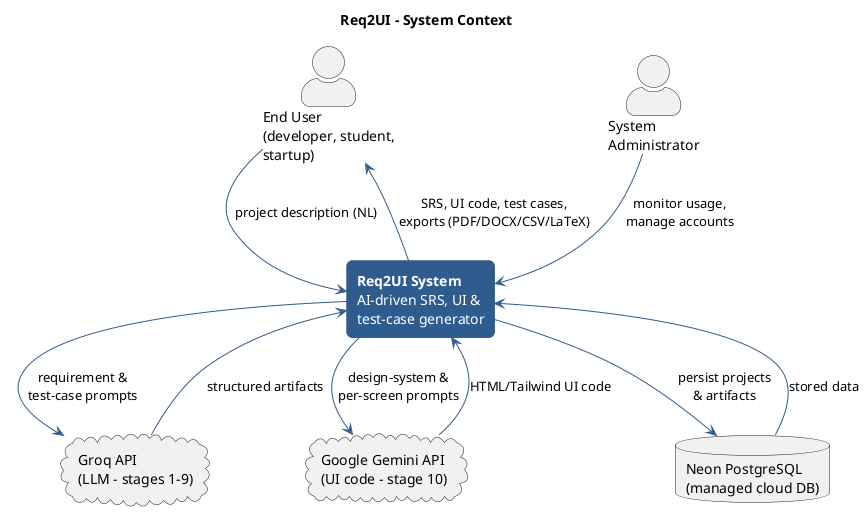
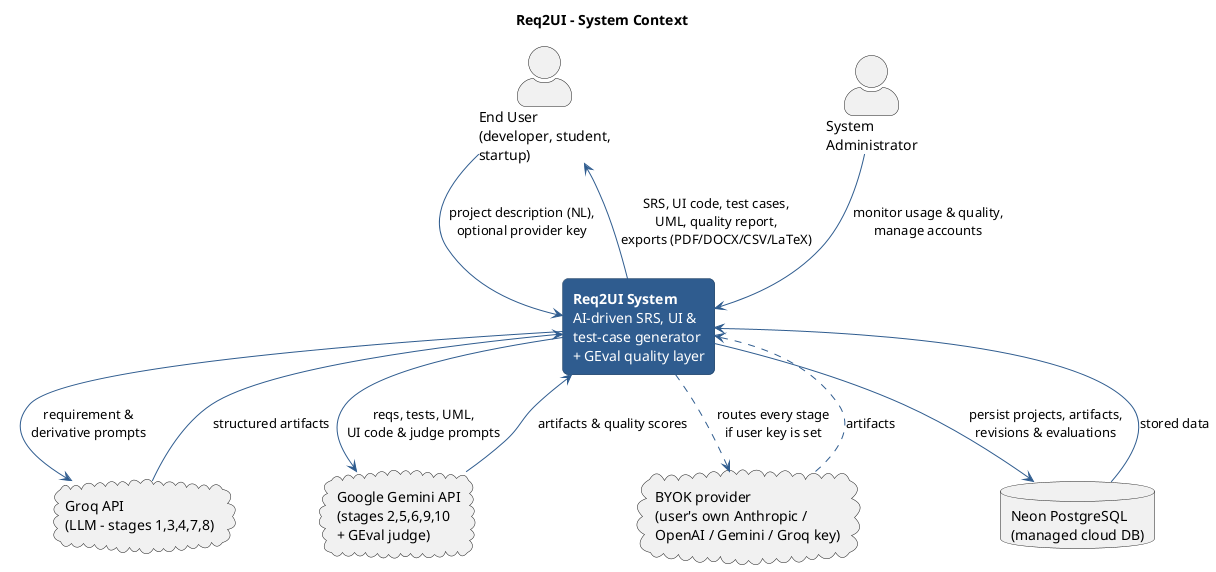
@startuml context
' Figure 2 - System Context Diagram
skinparam backgroundColor White
skinparam defaultFontName Helvetica
skinparam shadowing false
skinparam roundCorner 12
skinparam ArrowColor #2F5C8F
skinparam rectangle {
  BackgroundColor #2F5C8F
  BorderColor #1B3A5B
  FontColor White
}
skinparam actorStyle awesome

title Req2UI - System Context

actor "End User\n(developer, student,\nstartup)" as user
actor "System\nAdministrator" as admin

- rectangle "**Req2UI System**\nAI-driven SRS, UI &\ntest-case generator" as system
+ rectangle "**Req2UI System**\nAI-driven SRS, UI &\ntest-case generator\n+ GEval quality layer" as system

- cloud "Groq API\n(LLM - stages 1-9)" as groq
- cloud "Google Gemini API\n(UI code - stage 10)" as gemini
+ cloud "Groq API\n(LLM - stages 1,3,4,7,8)" as groq
+ cloud "Google Gemini API\n(stages 2,5,6,9,10\n+ GEval judge)" as gemini
+ cloud "BYOK provider\n(user's own Anthropic /\nOpenAI / Gemini / Groq key)" as byok
database "Neon PostgreSQL\n(managed cloud DB)" as db

- user --> system : project description (NL)
- system --> user : SRS, UI code, test cases,\nexports (PDF/DOCX/CSV/LaTeX)
- admin --> system : monitor usage,\nmanage accounts
+ user --> system : project description (NL),\noptional provider key
+ system --> user : SRS, UI code, test cases,\nUML, quality report,\nexports (PDF/DOCX/CSV/LaTeX)
+ admin --> system : monitor usage & quality,\nmanage accounts

- system --> groq : requirement &\ntest-case prompts
+ system --> groq : requirement &\nderivative prompts
groq --> system : structured artifacts
- system --> gemini : design-system &\nper-screen prompts
- gemini --> system : HTML/Tailwind UI code
- system --> db : persist projects\n& artifacts
+ system --> gemini : reqs, tests, UML,\nUI code & judge prompts
+ gemini --> system : artifacts & quality scores
+ system ..> byok : routes every stage\nif user key is set
+ byok ..> system : artifacts
+ system --> db : persist projects, artifacts,\nrevisions & evaluations
db --> system : stored data

@enduml
